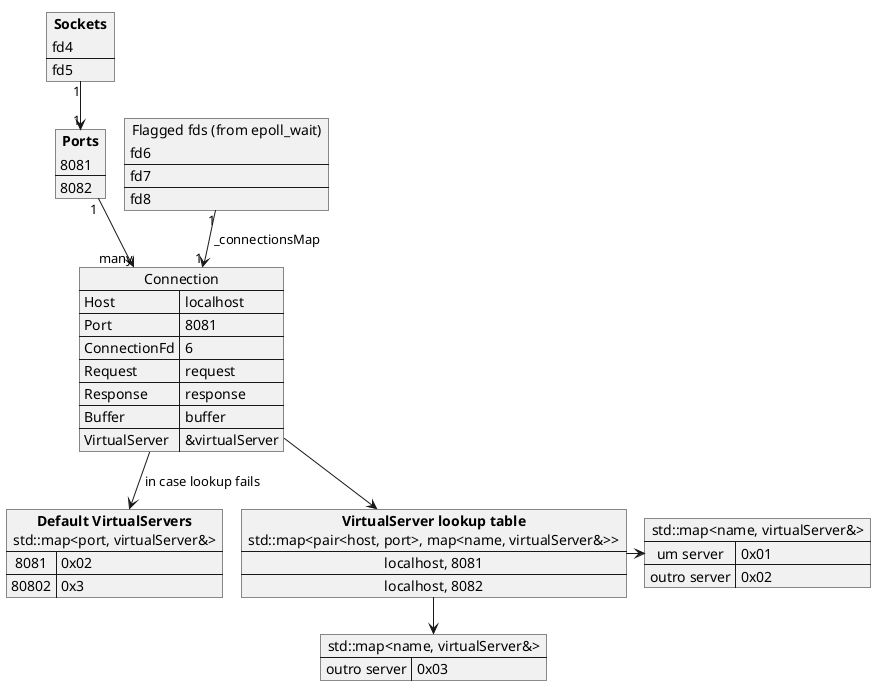
thaisnishimoto/42sp_Webserv keeps this PlantUML diagram as docs/webserverMaps.png. Above is the earlier version.
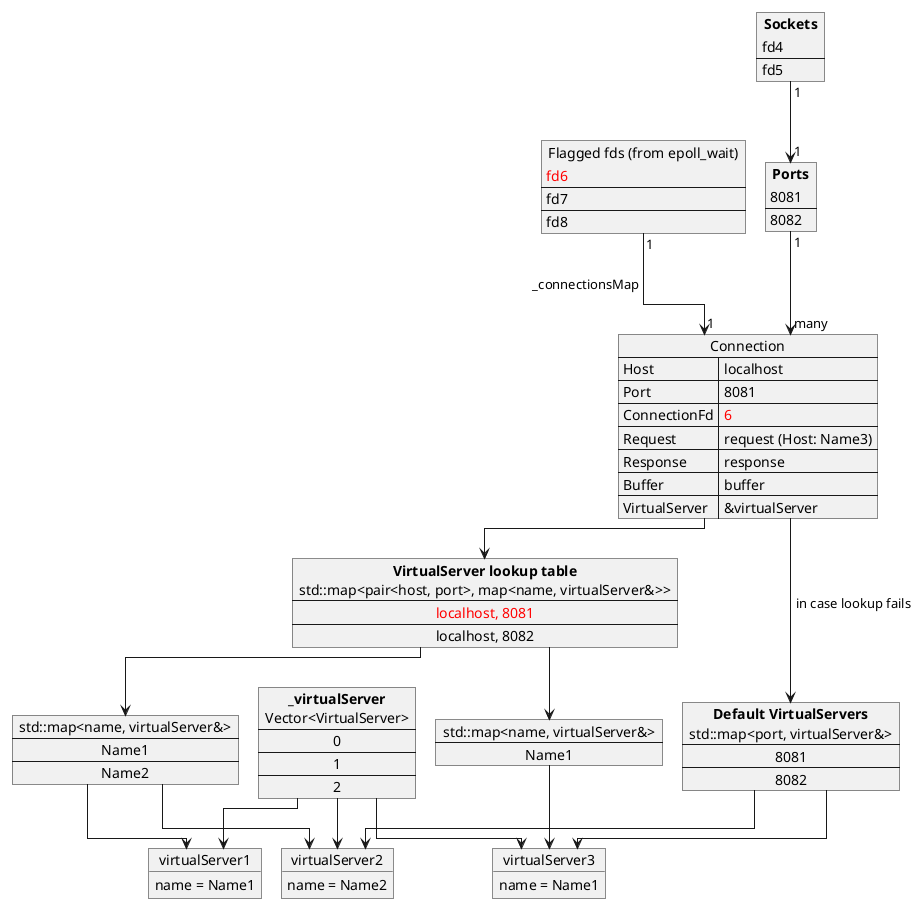
After the commit.

Commit message:
docs: flow to select virtualServer

The edit, as a diff of the source:
```diff
@@ -1,5 +1,24 @@
 @startuml
-!pragma layout smetana
+!pragma layout elk
+
+together {
+	object virtualServer1
+	object virtualServer2
+	object virtualServer3
+
+	virtualServer1 : name = Name1
+	virtualServer2 : name = Name2
+	virtualServer3 : name = Name1
+
+	map "<b>_virtualServer</b>\nVector<VirtualServer>" as _virtualServers {
+		0 *-> virtualServer1
+		1 *--> virtualServer2
+		2 *---> virtualServer3
+	}
+}
+
+
+
 
 json "<b>Sockets</b>" as sockets {
 ["fd4", "fd5"]
@@ -10,35 +29,35 @@
 }
 
 json "Flagged fds (from epoll_wait)" as fds {
-["fd6", "fd7", "fd8"]
+["<color:red>fd6", "fd7", "fd8"]
 }
 
 json "Connection" as connections {
 	"Host" : "localhost",
 	"Port" : 8081,
-	"ConnectionFd" : 6,
-	"Request" : "request",
+	"ConnectionFd" : "<color:red>6",
+	"Request" : "request (Host: Name3)",
 	"Response" : "response",
 	"Buffer" : "buffer",
 	"VirtualServer" : "&virtualServer"
 }
 
 map "std::map<name, virtualServer&>" as map2 {
-	um server => 0x01
-	outro server => 0x02
+	Name1 *-> virtualServer1
+	Name2*-> virtualServer2
 }
 
 map "std::map<name, virtualServer&>" as map3 {
-	outro server => 0x03
+	Name1 *-> virtualServer3
 }
 
 map "<b>Default VirtualServers</b>\nstd::map<port, virtualServer&>" as defaultVirtualServers {
-	8081 => 0x02
-	80802 => 0x3
+	8081 *-> virtualServer2
+	8082 *-> virtualServer3
 }
 
 map "<b>VirtualServer lookup table</b>\nstd::map<pair<host, port>, map<name, virtualServer&>>" as vsLookupTable {
-	localhost, 8081 *-> map2
+	<color:red>localhost, 8081 *----> map2
 	localhost, 8082 *--> map3
 }
 
@@ -47,7 +66,7 @@
 ports "1" --> "many" connections
 fds "1" --> "1" connections : _connectionsMap
 connections --> vsLookupTable
-connections --> defaultVirtualServers : in case lookup fails
+connections ---> defaultVirtualServers : in case lookup fails
 
 
 @enduml
```
